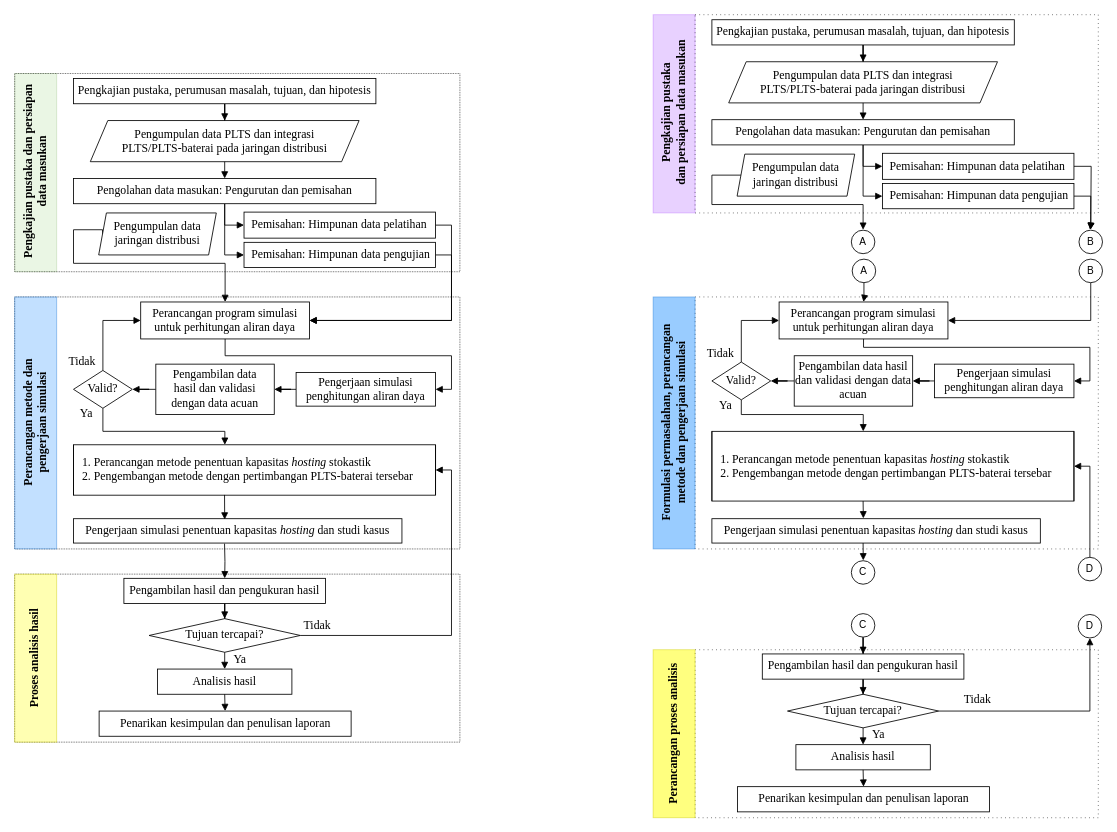
Above: before figure/fcpenelitian.drawio in wijayayatmaja/disertasidoktordtetiugm (draw.io), before the change. Source tidied: cells renumbered, new cells numbered last; positions are measured from the earlier drawing's top-left corner, leaving out a move shared by most shapes. Both pictures are drawn from the tidied source at 84%, with x=0, y=0 at pixel (-58, 14).
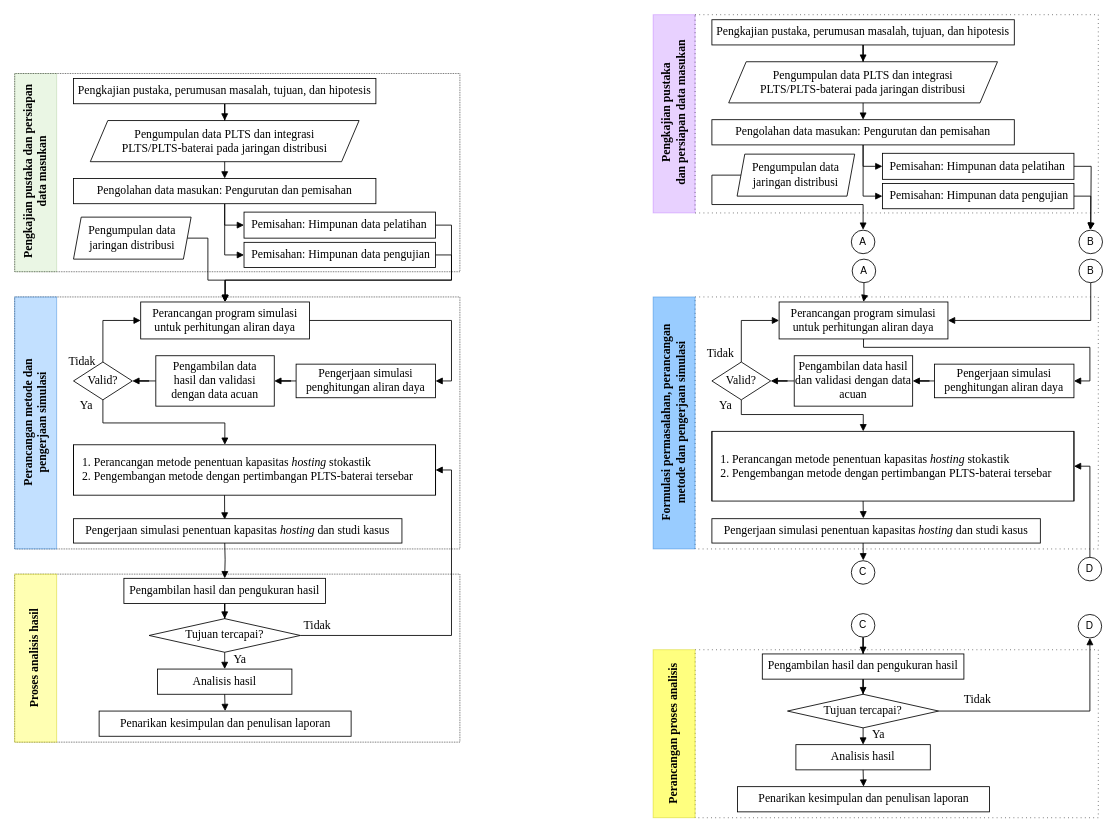
After the change.

The change refers to these unchanged cells:
```xml
<mxCell id="13" value="&amp;nbsp; Pemisahan: Himpunan data pelatihan" style="rounded=0;whiteSpace=wrap;html=1;fontFamily=Times New Roman;fontSize=14;align=left;" parent="1" vertex="1">
  <mxGeometry x="359" y="235" width="228" height="31" as="geometry" />
</mxCell>
<mxCell id="15" value="&amp;nbsp; Pemisahan: Himpunan data pengujian" style="rounded=0;whiteSpace=wrap;html=1;fontFamily=Times New Roman;fontSize=14;align=left;" parent="1" vertex="1">
  <mxGeometry x="359" y="271" width="228" height="30" as="geometry" />
</mxCell>
<mxCell id="16" value="Perancangan program simulasi untuk perhitungan aliran daya" style="rounded=0;whiteSpace=wrap;html=1;fontFamily=Times New Roman;fontSize=14;" parent="1" vertex="1">
  <mxGeometry x="236" y="342" width="201" height="44" as="geometry" />
</mxCell>
<mxCell id="21" value="Pengambilan hasil dan pengukuran hasil" style="rounded=0;whiteSpace=wrap;html=1;fontFamily=Times New Roman;fontSize=14;" parent="1" vertex="1">
  <mxGeometry x="216" y="671" width="240" height="30" as="geometry" />
</mxCell>
```

Change to the diagram source:
```diff
@@
-    <mxCell id="12" style="edgeStyle=orthogonalEdgeStyle;rounded=0;jettySize=auto;html=1;entryX=1;entryY=0.5;entryDx=0;entryDy=0;endArrow=block;endFill=1;exitX=1;exitY=0.5;exitDx=0;exitDy=0;" parent="1" edge="1" source="13" target="16">
+    <mxCell id="12" style="edgeStyle=orthogonalEdgeStyle;rounded=0;jettySize=auto;html=1;entryX=0.5;entryY=0;entryDx=0;entryDy=0;endArrow=block;endFill=1;exitX=1;exitY=0.5;exitDx=0;exitDy=0;" parent="1" edge="1" source="13" target="16">
       <mxGeometry relative="1" as="geometry">
         <Array as="points">
           <mxPoint x="606" y="251" />
-          <mxPoint x="606" y="364" />
+          <mxPoint x="606" y="316" />
+          <mxPoint x="337" y="316" />
         </Array>
       </mxGeometry>
     </mxCell>
@@
-    <mxCell id="14" style="edgeStyle=orthogonalEdgeStyle;rounded=0;jettySize=auto;html=1;entryX=1;entryY=0.5;entryDx=0;entryDy=0;endArrow=block;endFill=1;exitX=1;exitY=0.5;exitDx=0;exitDy=0;" parent="1" edge="1" source="15" target="16">
+    <mxCell id="14" style="edgeStyle=orthogonalEdgeStyle;rounded=0;jettySize=auto;html=1;entryX=0.5;entryY=0;entryDx=0;entryDy=0;endArrow=block;endFill=1;exitX=1;exitY=0.5;exitDx=0;exitDy=0;" parent="1" edge="1" source="15" target="16">
       <mxGeometry relative="1" as="geometry">
         <Array as="points">
           <mxPoint x="606" y="286" />
-          <mxPoint x="606" y="364" />
+          <mxPoint x="606" y="316" />
+          <mxPoint x="337" y="316" />
         </Array>
       </mxGeometry>
     </mxCell>
@@
-    <mxCell id="17" value="Pengerjaan simulasi penentuan kapasitas &lt;i&gt;hosting &lt;/i&gt;dan studi kasus" style="rounded=0;whiteSpace=wrap;html=1;fontFamily=Times New Roman;fontSize=14;" parent="1" vertex="1">
-      <mxGeometry x="156" y="600" width="391" height="29" as="geometry" />
-    </mxCell>
@@
     <mxCell id="19" value="Pengerjaan simulasi penghitungan aliran daya" style="rounded=0;whiteSpace=wrap;html=1;fontFamily=Times New Roman;fontSize=14;" parent="1" vertex="1">
-      <mxGeometry x="421" y="426" width="166" height="40" as="geometry" />
+      <mxGeometry x="421" y="416" width="166" height="40" as="geometry" />
     </mxCell>
@@
-    <mxCell id="25" style="edgeStyle=orthogonalEdgeStyle;rounded=0;jettySize=auto;html=1;entryX=0.5;entryY=0;entryDx=0;entryDy=0;endArrow=block;endFill=1;fontFamily=Times New Roman;fontSize=14;exitX=0;exitY=0.5;exitDx=0;exitDy=0;" parent="1" edge="1" source="26" target="16">
+    <mxCell id="25" style="edgeStyle=orthogonalEdgeStyle;rounded=0;jettySize=auto;html=1;entryX=0.5;entryY=0;entryDx=0;entryDy=0;endArrow=block;endFill=1;fontFamily=Times New Roman;fontSize=14;exitX=1;exitY=0.5;exitDx=0;exitDy=0;" parent="1" edge="1" source="26" target="16">
       <mxGeometry relative="1" as="geometry">
         <Array as="points">
-          <mxPoint x="191" y="256" />
-          <mxPoint x="156" y="256" />
-          <mxPoint x="156" y="296" />
-          <mxPoint x="337" y="296" />
+          <mxPoint x="316" y="266" />
+          <mxPoint x="316" y="316" />
+          <mxPoint x="337" y="316" />
         </Array>
       </mxGeometry>
     </mxCell>
     <mxCell id="26" value="Pengumpulan data&lt;br&gt;jaringan distribusi" style="shape=parallelogram;perimeter=parallelogramPerimeter;whiteSpace=wrap;html=1;size=0.06543209876543343;fontFamily=Times New Roman;fontSize=14;" parent="1" vertex="1">
-      <mxGeometry x="186" y="236" width="140" height="50" as="geometry" />
+      <mxGeometry x="156" y="241" width="140" height="50" as="geometry" />
     </mxCell>
@@
-    <mxCell id="33" value="&lt;font face=&quot;Times New Roman&quot; style=&quot;font-size: 14px&quot;&gt;&amp;nbsp;1. Perancangan metode penentuan kapasitas &lt;i&gt;hosting &lt;/i&gt;stokastik&lt;/font&gt;&lt;br style=&quot;font-size: 14px&quot;&gt;&amp;nbsp;2.&lt;span style=&quot;font-family: &amp;#34;times new roman&amp;#34; ; font-size: 14px&quot;&gt;&amp;nbsp;&lt;/span&gt;&lt;font face=&quot;times new roman&quot;&gt;Pengembangan metode dengan pertimbangan PLTS-baterai tersebar&lt;/font&gt;" style="shape=process;whiteSpace=wrap;html=1;backgroundOutline=1;fontFamily=Times New Roman;fontSize=14;align=left;size=0;spacing=7;" parent="1" vertex="1">
-      <mxGeometry x="156" y="512" width="431" height="60" as="geometry" />
-    </mxCell>
@@
-    <mxCell id="37" style="edgeStyle=orthogonalEdgeStyle;rounded=0;jettySize=auto;html=1;endArrow=block;endFill=1;fontFamily=Times New Roman;fontSize=14;exitX=0.5;exitY=1;exitDx=0;exitDy=0;entryX=1;entryY=0.5;entryDx=0;entryDy=0;" parent="1" edge="1" source="16" target="19">
+    <mxCell id="37" style="edgeStyle=orthogonalEdgeStyle;rounded=0;jettySize=auto;html=1;endArrow=block;endFill=1;fontFamily=Times New Roman;fontSize=14;exitX=1;exitY=0.5;exitDx=0;exitDy=0;entryX=1;entryY=0.5;entryDx=0;entryDy=0;" parent="1" edge="1" source="16" target="19">
       <mxGeometry relative="1" as="geometry">
         <Array as="points">
-          <mxPoint x="336" y="406" />
-          <mxPoint x="606" y="406" />
-          <mxPoint x="606" y="446" />
+          <mxPoint x="606" y="364" />
+          <mxPoint x="606" y="436" />
         </Array>
       </mxGeometry>
     </mxCell>
@@
     <mxCell id="41" style="edgeStyle=orthogonalEdgeStyle;rounded=0;jettySize=auto;html=1;entryX=0.418;entryY=0;entryDx=0;entryDy=0;entryPerimeter=0;endArrow=block;endFill=1;" parent="1" edge="1" source="43" target="33">
       <mxGeometry relative="1" as="geometry">
         <Array as="points">
-          <mxPoint x="191" y="496" />
-          <mxPoint x="336" y="496" />
+          <mxPoint x="191" y="486" />
+          <mxPoint x="336" y="486" />
         </Array>
       </mxGeometry>
     </mxCell>
@@
     <mxCell id="43" value="Valid?" style="rhombus;whiteSpace=wrap;html=1;fontFamily=Times New Roman;fontSize=14;" parent="1" vertex="1">
-      <mxGeometry x="156" y="423.5" width="70" height="45" as="geometry" />
+      <mxGeometry x="156" y="413.5" width="70" height="45" as="geometry" />
     </mxCell>
-    <mxCell id="44" style="edgeStyle=orthogonalEdgeStyle;rounded=0;jettySize=auto;html=1;endArrow=block;endFill=1;fontFamily=Times New Roman;fontSize=14;exitX=0.5;exitY=1;exitDx=0;exitDy=0;entryX=0.5;entryY=0;entryDx=0;entryDy=0;" parent="1" edge="1" target="21">
+    <mxCell id="44" style="edgeStyle=orthogonalEdgeStyle;rounded=0;jettySize=auto;html=1;endArrow=block;endFill=1;fontFamily=Times New Roman;fontSize=14;entryX=0.5;entryY=0;entryDx=0;entryDy=0;" parent="1" edge="1" target="21">
       <mxGeometry relative="1" as="geometry">
-        <mxPoint x="335.8" y="629.7" as="sourcePoint" />
+        <mxPoint x="336" y="626" as="sourcePoint" />
       </mxGeometry>
     </mxCell>
@@
     <mxCell id="46" value="Pengambilan data&lt;br&gt;hasil dan validasi dengan data acuan" style="rounded=0;whiteSpace=wrap;html=1;fontFamily=Times New Roman;fontSize=14;" parent="1" vertex="1">
-      <mxGeometry x="254" y="416" width="141" height="60" as="geometry" />
+      <mxGeometry x="254" y="406" width="141" height="60" as="geometry" />
     </mxCell>
@@
     <mxCell id="48" value="Ya" style="text;html=1;align=center;verticalAlign=middle;fontSize=14;fontFamily=Times New Roman;" parent="1" vertex="1">
-      <mxGeometry x="156" y="466" width="30" height="20" as="geometry" />
+      <mxGeometry x="156" y="456" width="30" height="20" as="geometry" />
     </mxCell>
@@
+    <mxCell id="17" value="Pengerjaan simulasi penentuan kapasitas &lt;i&gt;hosting &lt;/i&gt;dan studi kasus" style="rounded=0;whiteSpace=wrap;html=1;fontFamily=Times New Roman;fontSize=14;" parent="1" vertex="1">
+      <mxGeometry x="156" y="600" width="391" height="29" as="geometry" />
+    </mxCell>
+    <mxCell id="33" value="&lt;font face=&quot;Times New Roman&quot; style=&quot;font-size: 14px&quot;&gt;&amp;nbsp;1. Perancangan metode penentuan kapasitas &lt;i&gt;hosting &lt;/i&gt;stokastik&lt;/font&gt;&lt;br style=&quot;font-size: 14px&quot;&gt;&amp;nbsp;2.&lt;span style=&quot;font-family: &amp;#34;times new roman&amp;#34; ; font-size: 14px&quot;&gt;&amp;nbsp;&lt;/span&gt;&lt;font face=&quot;times new roman&quot;&gt;Pengembangan metode dengan pertimbangan PLTS-baterai tersebar&lt;/font&gt;" style="shape=process;whiteSpace=wrap;html=1;backgroundOutline=1;fontFamily=Times New Roman;fontSize=14;align=left;size=0;spacing=7;" parent="1" vertex="1">
+      <mxGeometry x="156" y="512" width="431" height="60" as="geometry" />
+    </mxCell>
```
